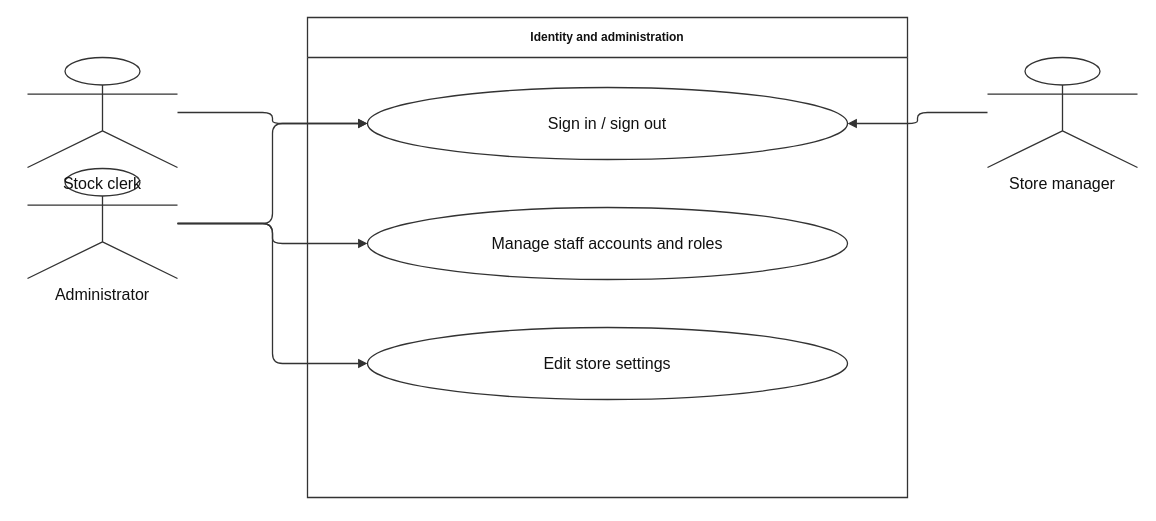
The draw.io diagram thesis/figure-assets/diagrams/06-uc-access.drawio in ZeroRegister/SupermarketsSystem, before the edit. Source tidied: cells renumbered, new cells numbered last; positions are measured from the earlier drawing's top-left corner, leaving out a move shared by most shapes. Both pictures are drawn from the tidied source at 100%, with x=0, y=0 at pixel (27, 17).
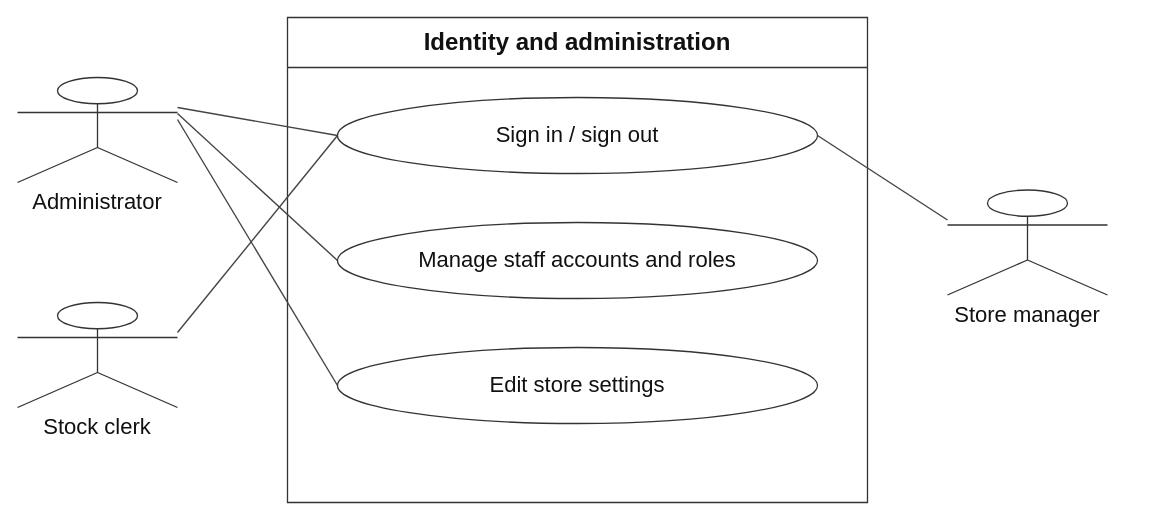
The same page after the edit.

Change to the diagram source:
```diff
@@
 <mxGraphModel background="#ffffff">
   <root>
     <mxCell id="0" />
     <mxCell id="1" parent="0" />
-    <mxCell id="2" value="Identity and administration" style="whiteSpace=wrap;html=1;fontFamily=Arial;fontSize=16;fontColor=#111111;strokeColor=#333333;strokeWidth=1.3;rounded=0;fillColor=#ffffff;swimlane;startSize=40;fontStyle=1;" parent="1" vertex="1">
-      <mxGeometry x="280" width="600" height="480" as="geometry" />
+    <mxCell id="2" value="Identity and administration" style="whiteSpace=wrap;html=1;fontFamily=Arial;fontSize=22;fontColor=#111111;strokeColor=#333333;strokeWidth=1.3;rounded=0;fillColor=#ffffff;swimlane;startSize=50;fontStyle=1;fontSize=24;fontSize=24;" parent="1" vertex="1">
+      <mxGeometry x="260" width="580" height="485" as="geometry" />
     </mxCell>
-    <mxCell id="3" value="Sign in / sign out" style="whiteSpace=wrap;html=1;fontFamily=Arial;fontSize=16;fontColor=#111111;strokeColor=#333333;strokeWidth=1.3;rounded=0;fillColor=#ffffff;ellipse;" parent="2" vertex="1">
-      <mxGeometry x="60" y="70" width="480" height="72" as="geometry" />
+    <mxCell id="3" value="Sign in / sign out" style="whiteSpace=wrap;html=1;fontFamily=Arial;fontSize=22;fontColor=#111111;strokeColor=#333333;strokeWidth=1.3;rounded=0;fillColor=#ffffff;ellipse;fontSize=22;" parent="1" vertex="1">
+      <mxGeometry x="310" y="80" width="480" height="76" as="geometry" />
     </mxCell>
-    <mxCell id="4" value="Manage staff accounts and roles" style="whiteSpace=wrap;html=1;fontFamily=Arial;fontSize=16;fontColor=#111111;strokeColor=#333333;strokeWidth=1.3;rounded=0;fillColor=#ffffff;ellipse;" parent="2" vertex="1">
-      <mxGeometry x="60" y="190" width="480" height="72" as="geometry" />
+    <mxCell id="4" value="Manage staff accounts and roles" style="whiteSpace=wrap;html=1;fontFamily=Arial;fontSize=22;fontColor=#111111;strokeColor=#333333;strokeWidth=1.3;rounded=0;fillColor=#ffffff;ellipse;fontSize=22;" parent="1" vertex="1">
+      <mxGeometry x="310" y="205" width="480" height="76" as="geometry" />
     </mxCell>
-    <mxCell id="5" value="Edit store settings" style="whiteSpace=wrap;html=1;fontFamily=Arial;fontSize=16;fontColor=#111111;strokeColor=#333333;strokeWidth=1.3;rounded=0;fillColor=#ffffff;ellipse;" parent="2" vertex="1">
-      <mxGeometry x="60" y="310" width="480" height="72" as="geometry" />
+    <mxCell id="5" value="Edit store settings" style="whiteSpace=wrap;html=1;fontFamily=Arial;fontSize=22;fontColor=#111111;strokeColor=#333333;strokeWidth=1.3;rounded=0;fillColor=#ffffff;ellipse;fontSize=22;" parent="1" vertex="1">
+      <mxGeometry x="310" y="330" width="480" height="76" as="geometry" />
     </mxCell>
-    <mxCell id="6" value="Administrator" style="whiteSpace=wrap;html=1;fontFamily=Arial;fontSize=16;fontColor=#111111;strokeColor=#333333;strokeWidth=1.3;rounded=0;fillColor=#ffffff;shape=umlActor;verticalLabelPosition=bottom;verticalAlign=top;" parent="1" vertex="1">
-      <mxGeometry y="151" width="150" height="110" as="geometry" />
+    <mxCell id="6" value="Administrator" style="whiteSpace=wrap;html=1;fontFamily=Arial;fontSize=22;fontColor=#111111;strokeColor=#333333;strokeWidth=1.3;rounded=0;fillColor=#ffffff;shape=umlActor;verticalLabelPosition=bottom;verticalAlign=top;fontSize=22;fontSize=22;" parent="1" vertex="1">
+      <mxGeometry x="-10" y="60" width="160" height="105" as="geometry" />
     </mxCell>
-    <mxCell id="7" style="whiteSpace=wrap;html=1;fontFamily=Arial;fontSize=16;fontColor=#111111;strokeColor=#333333;strokeWidth=1.3;edgeStyle=orthogonalEdgeStyle;rounded=1;jettySize=auto;fontSize=13;whiteSpace=nowrap;labelBackgroundColor=#ffffff;endArrow=block;endFill=1;edgeStyle=orthogonalEdgeStyle;rounded=1;jettySize=auto;exitX=1;exitY=0.5;entryX=0;entryY=0.5;" parent="1" edge="1" source="6" target="3">
-      <mxGeometry relative="1" as="geometry" />
+    <mxCell id="7" style="html=1;rounded=0;strokeColor=#444444;strokeWidth=1.4;endArrow=none;endFill=1;" parent="1" edge="1">
+      <mxGeometry relative="1" as="geometry">
+        <mxPoint x="150" y="90" as="sourcePoint" />
+        <mxPoint x="310" y="118" as="targetPoint" />
+      </mxGeometry>
     </mxCell>
-    <mxCell id="8" style="whiteSpace=wrap;html=1;fontFamily=Arial;fontSize=16;fontColor=#111111;strokeColor=#333333;strokeWidth=1.3;edgeStyle=orthogonalEdgeStyle;rounded=1;jettySize=auto;fontSize=13;whiteSpace=nowrap;labelBackgroundColor=#ffffff;endArrow=block;endFill=1;edgeStyle=orthogonalEdgeStyle;rounded=1;jettySize=auto;exitX=1;exitY=0.5;entryX=0;entryY=0.5;" parent="1" edge="1" source="6" target="4">
-      <mxGeometry relative="1" as="geometry" />
+    <mxCell id="8" style="html=1;rounded=0;strokeColor=#444444;strokeWidth=1.4;endArrow=none;endFill=1;" parent="1" edge="1">
+      <mxGeometry relative="1" as="geometry">
+        <mxPoint x="150" y="96" as="sourcePoint" />
+        <mxPoint x="310" y="243" as="targetPoint" />
+      </mxGeometry>
     </mxCell>
-    <mxCell id="9" style="whiteSpace=wrap;html=1;fontFamily=Arial;fontSize=16;fontColor=#111111;strokeColor=#333333;strokeWidth=1.3;edgeStyle=orthogonalEdgeStyle;rounded=1;jettySize=auto;fontSize=13;whiteSpace=nowrap;labelBackgroundColor=#ffffff;endArrow=block;endFill=1;edgeStyle=orthogonalEdgeStyle;rounded=1;jettySize=auto;exitX=1;exitY=0.5;entryX=0;entryY=0.5;" parent="1" edge="1" source="6" target="5">
-      <mxGeometry relative="1" as="geometry" />
+    <mxCell id="9" style="html=1;rounded=0;strokeColor=#444444;strokeWidth=1.4;endArrow=none;endFill=1;" parent="1" edge="1">
+      <mxGeometry relative="1" as="geometry">
+        <mxPoint x="150" y="102" as="sourcePoint" />
+        <mxPoint x="310" y="368" as="targetPoint" />
+      </mxGeometry>
     </mxCell>
-    <mxCell id="10" value="Store manager" style="whiteSpace=wrap;html=1;fontFamily=Arial;fontSize=16;fontColor=#111111;strokeColor=#333333;strokeWidth=1.3;rounded=0;fillColor=#ffffff;shape=umlActor;verticalLabelPosition=bottom;verticalAlign=top;" parent="1" vertex="1">
-      <mxGeometry x="960" y="40" width="150" height="110" as="geometry" />
+    <mxCell id="10" value="Store manager" style="whiteSpace=wrap;html=1;fontFamily=Arial;fontSize=22;fontColor=#111111;strokeColor=#333333;strokeWidth=1.3;rounded=0;fillColor=#ffffff;shape=umlActor;verticalLabelPosition=bottom;verticalAlign=top;fontSize=22;fontSize=22;" parent="1" vertex="1">
+      <mxGeometry x="920" y="172.5" width="160" height="105" as="geometry" />
     </mxCell>
-    <mxCell id="11" style="whiteSpace=wrap;html=1;fontFamily=Arial;fontSize=16;fontColor=#111111;strokeColor=#333333;strokeWidth=1.3;edgeStyle=orthogonalEdgeStyle;rounded=1;jettySize=auto;fontSize=13;whiteSpace=nowrap;labelBackgroundColor=#ffffff;endArrow=block;endFill=1;edgeStyle=orthogonalEdgeStyle;rounded=1;jettySize=auto;exitX=0;exitY=0.5;entryX=1;entryY=0.5;" parent="1" edge="1" source="10" target="3">
-      <mxGeometry relative="1" as="geometry" />
+    <mxCell id="11" style="html=1;rounded=0;strokeColor=#444444;strokeWidth=1.4;endArrow=none;endFill=1;" parent="1" edge="1">
+      <mxGeometry relative="1" as="geometry">
+        <mxPoint x="920" y="202.5" as="sourcePoint" />
+        <mxPoint x="790" y="118" as="targetPoint" />
+      </mxGeometry>
     </mxCell>
-    <mxCell id="12" value="Stock clerk" style="whiteSpace=wrap;html=1;fontFamily=Arial;fontSize=16;fontColor=#111111;strokeColor=#333333;strokeWidth=1.3;rounded=0;fillColor=#ffffff;shape=umlActor;verticalLabelPosition=bottom;verticalAlign=top;" parent="1" vertex="1">
-      <mxGeometry y="40" width="150" height="110" as="geometry" />
+    <mxCell id="12" value="Stock clerk" style="whiteSpace=wrap;html=1;fontFamily=Arial;fontSize=22;fontColor=#111111;strokeColor=#333333;strokeWidth=1.3;rounded=0;fillColor=#ffffff;shape=umlActor;verticalLabelPosition=bottom;verticalAlign=top;fontSize=22;fontSize=22;" parent="1" vertex="1">
+      <mxGeometry x="-10" y="285" width="160" height="105" as="geometry" />
     </mxCell>
-    <mxCell id="13" style="whiteSpace=wrap;html=1;fontFamily=Arial;fontSize=16;fontColor=#111111;strokeColor=#333333;strokeWidth=1.3;edgeStyle=orthogonalEdgeStyle;rounded=1;jettySize=auto;fontSize=13;whiteSpace=nowrap;labelBackgroundColor=#ffffff;endArrow=block;endFill=1;edgeStyle=orthogonalEdgeStyle;rounded=1;jettySize=auto;exitX=1;exitY=0.5;entryX=0;entryY=0.5;" parent="1" edge="1" source="12" target="3">
-      <mxGeometry relative="1" as="geometry" />
+    <mxCell id="13" style="html=1;rounded=0;strokeColor=#444444;strokeWidth=1.4;endArrow=none;endFill=1;" parent="1" edge="1">
+      <mxGeometry relative="1" as="geometry">
+        <mxPoint x="150" y="315" as="sourcePoint" />
+        <mxPoint x="310" y="118" as="targetPoint" />
+      </mxGeometry>
     </mxCell>
   </root>
 </mxGraphModel>
```
